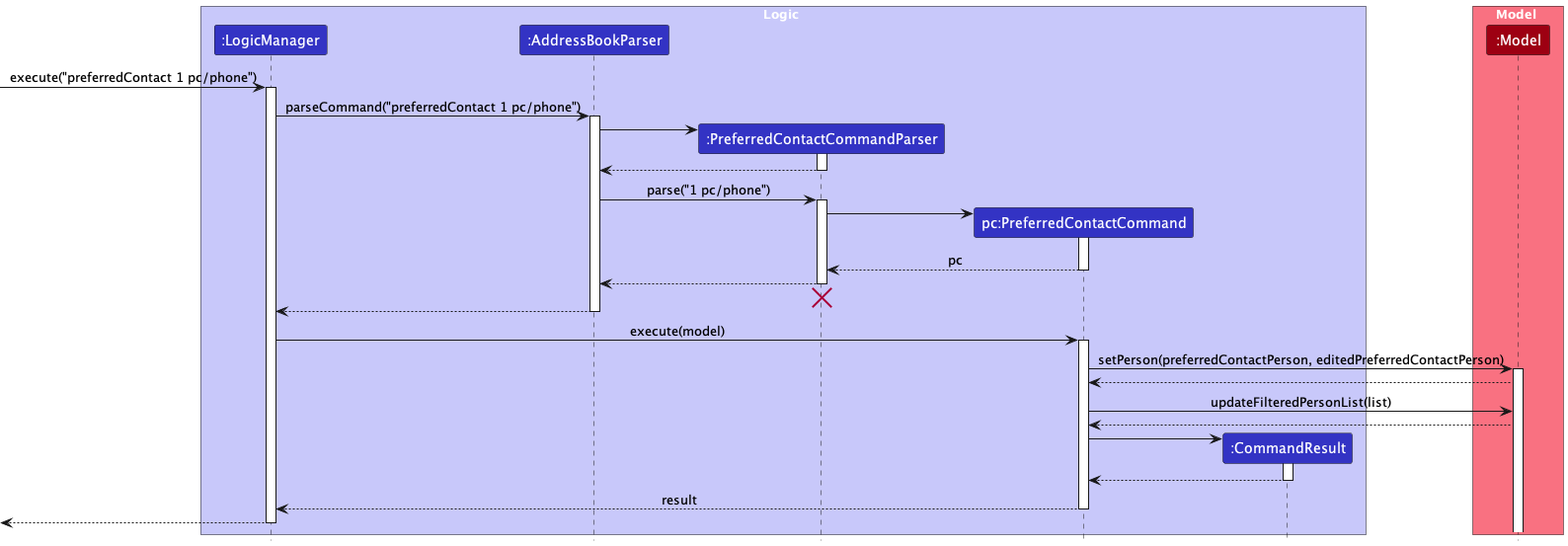
The PlantUML diagram diagrams/PreferredContactSequenceDiagram.png in AY2324S1-CS2103-W14-1/tp, before a commit. Its diagram source:
```plantuml
@startuml
!include style.puml
skinparam ArrowFontStyle plain

box Logic LOGIC_COLOR_T1
participant ":LogicManager" as LogicManager LOGIC_COLOR
participant ":AddressBookParser" as AddressBookParser LOGIC_COLOR
participant ":PreferredContactCommandParser" as PreferredContactCommandParser LOGIC_COLOR
participant "pc:PreferredContactCommand" as PreferredContactCommand LOGIC_COLOR
participant ":CommandResult" as CommandResult LOGIC_COLOR
end box

box Model MODEL_COLOR_T1
participant ":Model" as Model MODEL_COLOR
end box

[-> LogicManager : execute("preferredContact 1 pc/phone")
activate LogicManager

LogicManager -> AddressBookParser : parseCommand("preferredContact 1 pc/phone")
activate AddressBookParser

create PreferredContactCommandParser
AddressBookParser -> PreferredContactCommandParser
activate PreferredContactCommandParser

PreferredContactCommandParser --> AddressBookParser
deactivate PreferredContactCommandParser

AddressBookParser -> PreferredContactCommandParser : parse("1 pc/phone")
activate PreferredContactCommandParser

create PreferredContactCommand
PreferredContactCommandParser -> PreferredContactCommand
activate PreferredContactCommand

PreferredContactCommand --> PreferredContactCommandParser : pc
deactivate PreferredContactCommand

PreferredContactCommandParser --> AddressBookParser
deactivate PreferredContactCommandParser
PreferredContactCommandParser -[hidden]-> AddressBookParser
destroy PreferredContactCommandParser

AddressBookParser --> LogicManager
deactivate AddressBookParser

LogicManager -> PreferredContactCommand : execute(model)
activate PreferredContactCommand

PreferredContactCommand -> Model : setPerson(preferredContactPerson, editedPreferredContactPerson)
activate Model

Model --> PreferredContactCommand

PreferredContactCommand -> Model : updateFilteredPersonList(list)

Model --> PreferredContactCommand

create CommandResult
PreferredContactCommand -> CommandResult
activate CommandResult

CommandResult --> PreferredContactCommand
deactivate CommandResult

PreferredContactCommand --> LogicManager : result
deactivate PreferredContactCommand

[<--LogicManager
deactivate LogicManager
@enduml
```
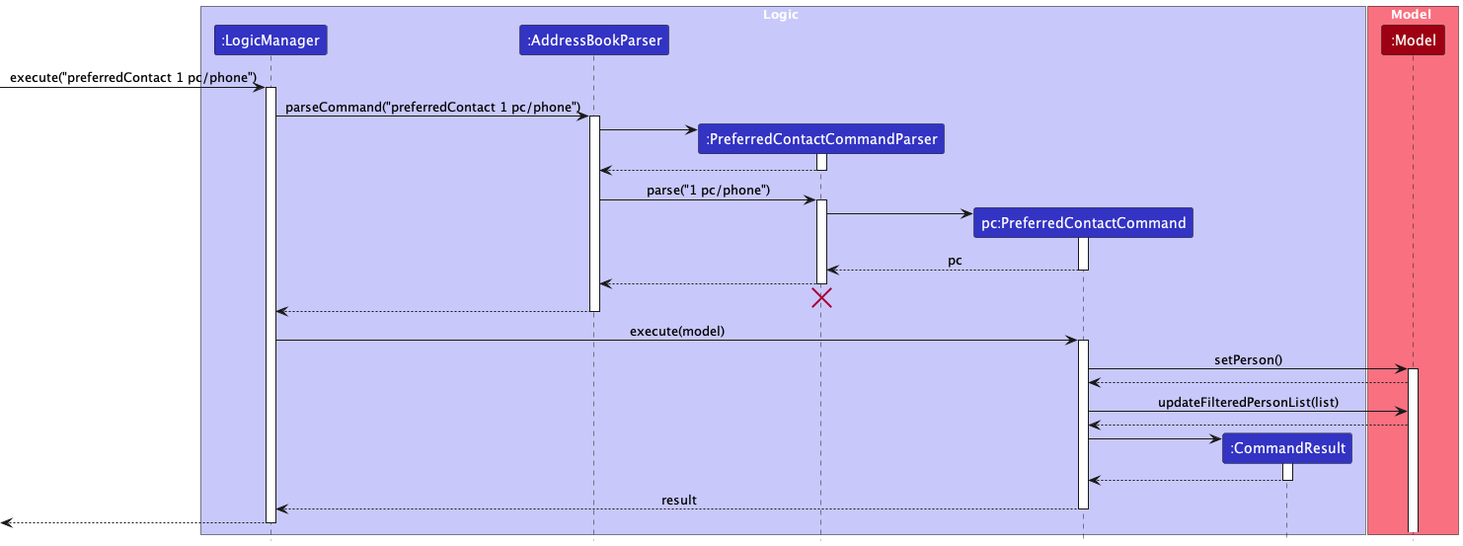
After the commit.

Diff of the diagram source:
```diff
@@ -48,7 +48,7 @@
 LogicManager -> PreferredContactCommand : execute(model)
 activate PreferredContactCommand
 
-PreferredContactCommand -> Model : setPerson(preferredContactPerson, editedPreferredContactPerson)
+PreferredContactCommand -> Model : setPerson()
 activate Model
 
 Model --> PreferredContactCommand
```
